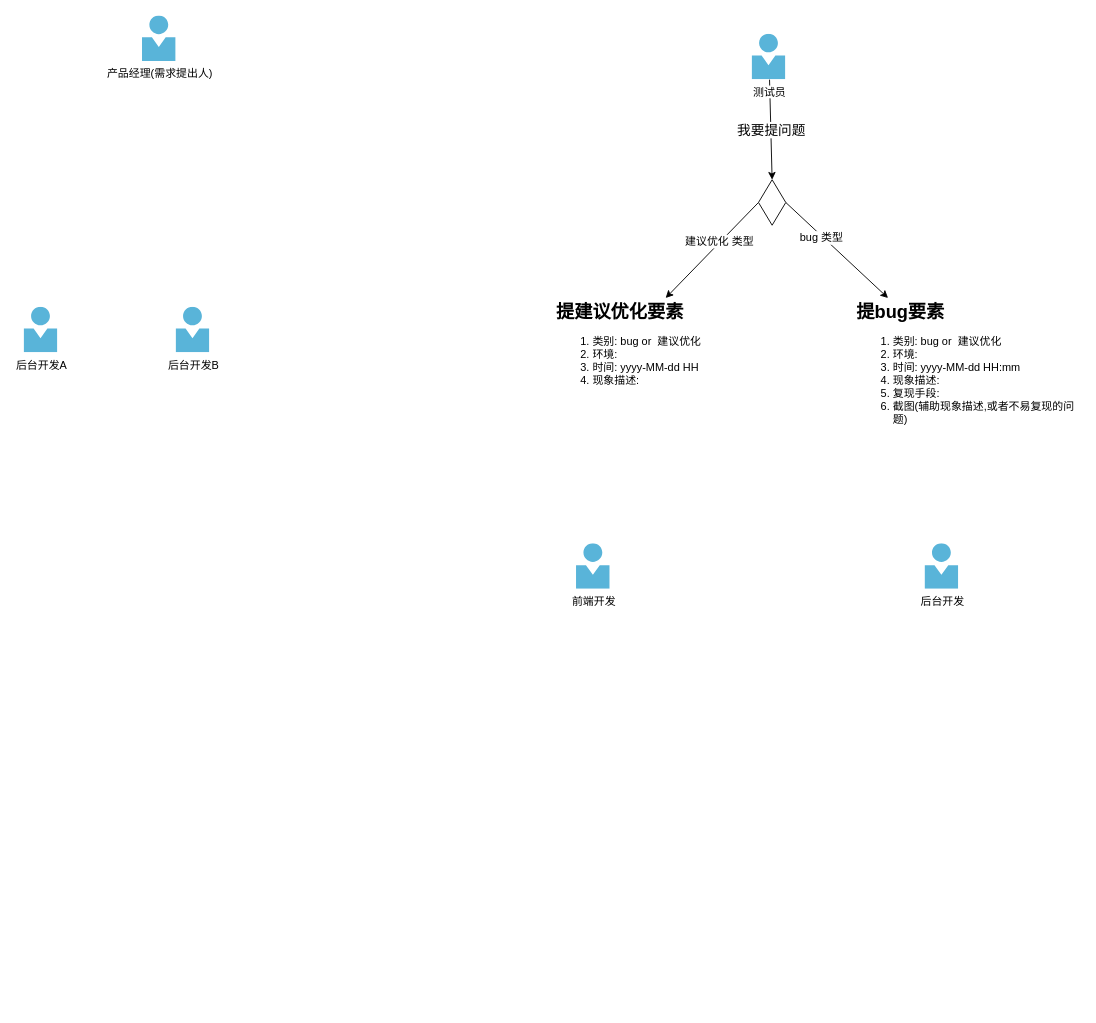
Above: tmp_临时画下.drawio in jingmian/design-repo (draw.io), before the change. Source tidied: cells renumbered, new cells numbered last; positions are measured from the earlier drawing's top-left corner, leaving out a move shared by most shapes. Both pictures are drawn from the tidied source at 91%, with x=0, y=0 at pixel (24, 15).
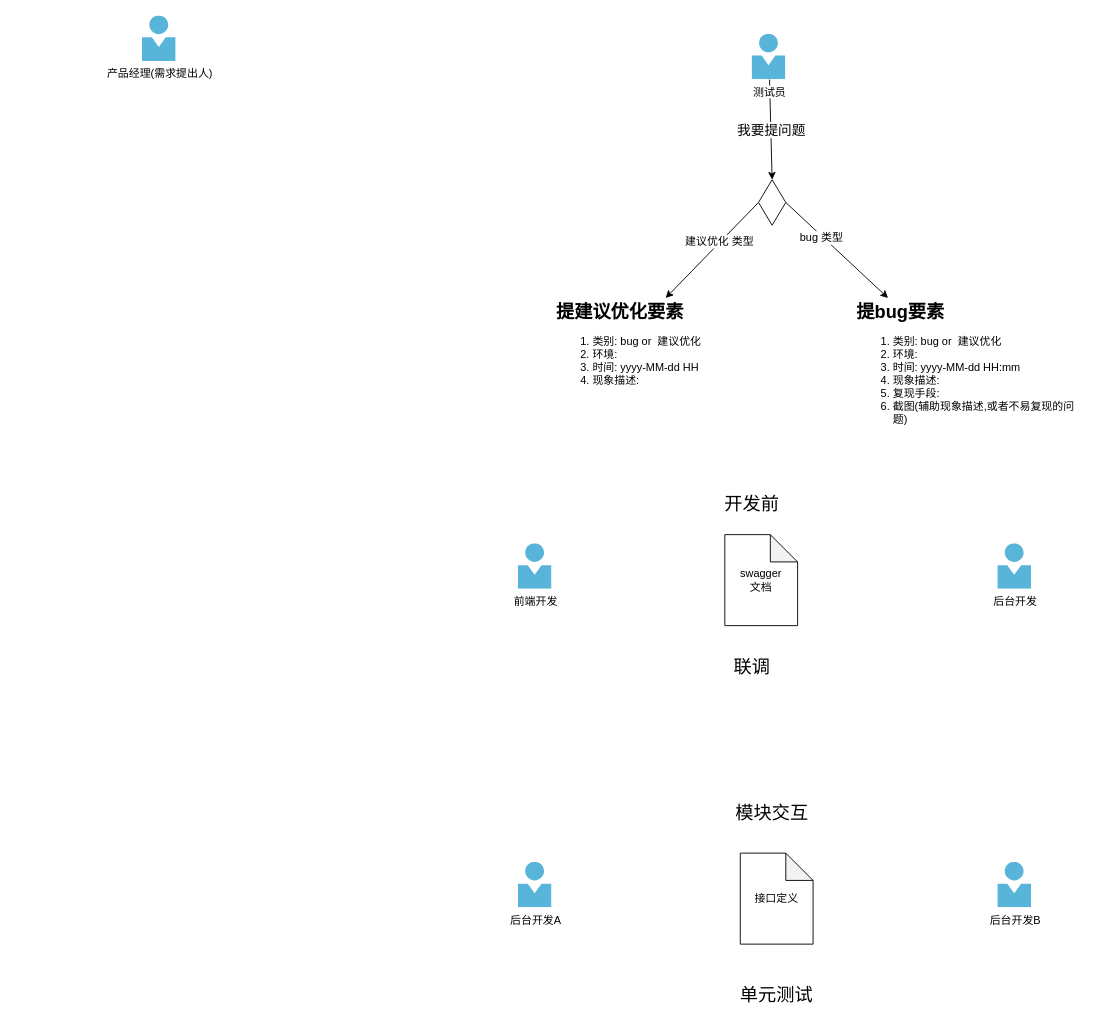
The same diagram, later.

Commit message (it also covers changes not shown here):
更新tmp_临时画下.drawio

What changed in the source:
```diff
@@
     <mxCell id="3" value="后台开发A" style="html=1;align=center;image;fontSize=12;image=img/lib/mscae/Person.svg;" parent="1" vertex="1">
-      <mxGeometry y="320" width="37" height="50" as="geometry" />
+      <mxGeometry x="543" y="930" width="37" height="50" as="geometry" />
     </mxCell>
     <mxCell id="4" value="后台开发" style="html=1;align=center;image;fontSize=12;image=img/lib/mscae/Person.svg;" parent="1" vertex="1">
-      <mxGeometry x="990" y="580" width="37" height="50" as="geometry" />
+      <mxGeometry x="1070" y="580" width="37" height="50" as="geometry" />
     </mxCell>
     <mxCell id="5" value="前端开发" style="html=1;align=center;image;fontSize=12;image=img/lib/mscae/Person.svg;" parent="1" vertex="1">
-      <mxGeometry x="607" y="580" width="37" height="50" as="geometry" />
+      <mxGeometry x="543" y="580" width="37" height="50" as="geometry" />
     </mxCell>
@@
     <mxCell id="8" value="后台开发B" style="html=1;align=center;image;fontSize=12;image=img/lib/mscae/Person.svg;" parent="1" vertex="1">
-      <mxGeometry x="167" y="320" width="37" height="50" as="geometry" />
+      <mxGeometry x="1070" y="930" width="37" height="50" as="geometry" />
     </mxCell>
@@
+    <mxCell id="16" value="&lt;font style=&quot;font-size: 20px&quot;&gt;开发前&lt;/font&gt;" style="text;html=1;strokeColor=none;fillColor=none;align=center;verticalAlign=middle;whiteSpace=wrap;rounded=0;" parent="1" vertex="1">
+      <mxGeometry x="750" y="520" width="100" height="30" as="geometry" />
+    </mxCell>
+    <mxCell id="17" value="&lt;font style=&quot;font-size: 20px&quot;&gt;联调&lt;/font&gt;" style="text;html=1;strokeColor=none;fillColor=none;align=center;verticalAlign=middle;whiteSpace=wrap;rounded=0;" parent="1" vertex="1">
+      <mxGeometry x="750" y="700" width="100" height="30" as="geometry" />
+    </mxCell>
+    <mxCell id="18" value="swagger&lt;br&gt;文档" style="shape=note;whiteSpace=wrap;html=1;backgroundOutline=1;darkOpacity=0.05;" parent="1" vertex="1">
+      <mxGeometry x="770" y="570" width="80" height="100" as="geometry" />
+    </mxCell>
+    <mxCell id="19" value="&lt;font style=&quot;font-size: 20px&quot;&gt;模块交互&lt;/font&gt;" style="text;html=1;strokeColor=none;fillColor=none;align=center;verticalAlign=middle;whiteSpace=wrap;rounded=0;" parent="1" vertex="1">
+      <mxGeometry x="777" y="860" width="90" height="30" as="geometry" />
+    </mxCell>
+    <mxCell id="20" value="接口定义" style="shape=note;whiteSpace=wrap;html=1;backgroundOutline=1;darkOpacity=0.05;" parent="1" vertex="1">
+      <mxGeometry x="787" y="920" width="80" height="100" as="geometry" />
+    </mxCell>
+    <mxCell id="21" value="&lt;font style=&quot;font-size: 20px&quot;&gt;单元测试&lt;/font&gt;" style="text;html=1;strokeColor=none;fillColor=none;align=center;verticalAlign=middle;whiteSpace=wrap;rounded=0;" parent="1" vertex="1">
+      <mxGeometry x="782" y="1060" width="90" height="30" as="geometry" />
+    </mxCell>
```
